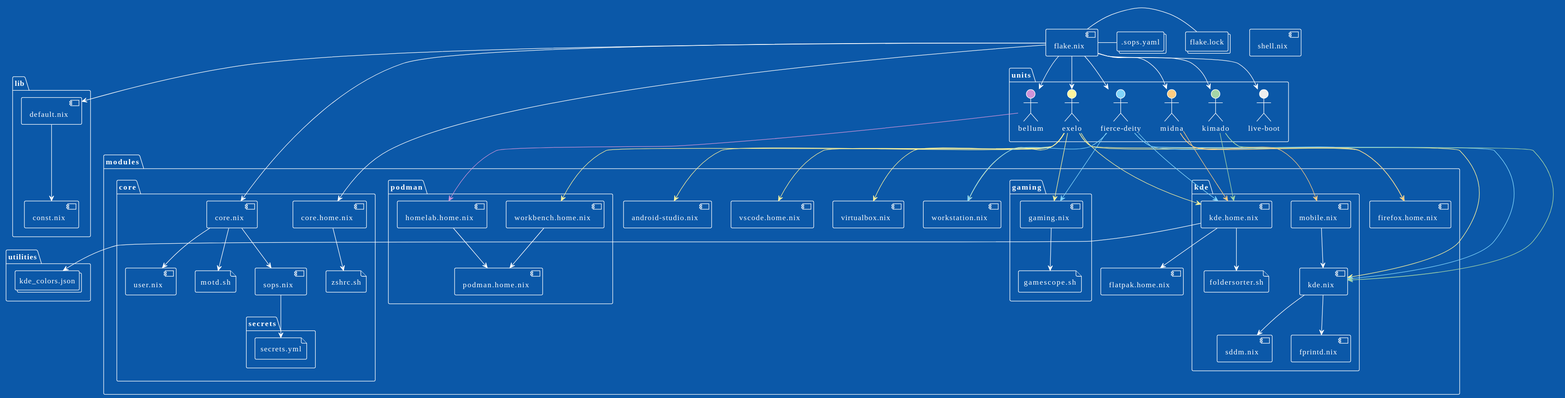
Before: utilities/inventory.svg, a diagram exported from PlantUML (auroreLeclerc/nix-inventory).
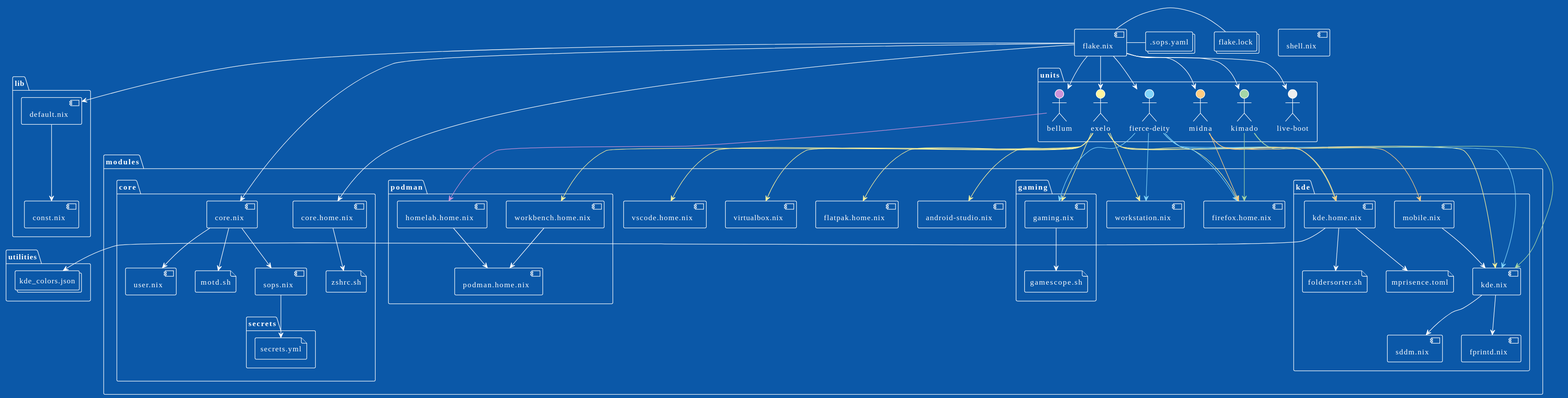
After the commit.

Change to the diagram source:
```diff
@@ -42,6 +42,7 @@
       component "fprintd.nix" as 0fb371a9afb97f3c276f57e82617e12d
       component "sddm.nix" as 5ebad3bd91a08cf55c56e207db927f8e
       component "mobile.nix" as 8d2c80d6e09dc0fe9680025161c2f7f7
+      file "mprisence.toml" as c06534725a754fe4d7ad45cfb2b422e9
       component "kde.nix" as 33998a49668889da1de8827630f29048
       component "kde.home.nix" as 34f24b42df06d195232b3481cc71827b
       file "foldersorter.sh" as ad183a934b3ffac1938f0162d6a8a65b
@@ -62,6 +63,7 @@
 946f41d7a0edfc2e0c01ee5a09a8c817 -[#FFF59D]-> f7eeddc94c5ed65950560d6b5663fd1f
 946f41d7a0edfc2e0c01ee5a09a8c817 -[#FFF59D]-> 34f24b42df06d195232b3481cc71827b
 946f41d7a0edfc2e0c01ee5a09a8c817 -[#FFF59D]-> 26e1d38b688c4a1832d0935e5d29e980
+946f41d7a0edfc2e0c01ee5a09a8c817 -[#FFF59D]-> 6a6caf7642ae4a75b6d8c64ecf6400b9
 946f41d7a0edfc2e0c01ee5a09a8c817 -[#FFF59D]-> 38cffe16d01eb2da09feac707c1aaa76
 946f41d7a0edfc2e0c01ee5a09a8c817 -[#FFF59D]-> d5572bc49194fd8103bc4b027c081b12
 c4bab5bd2a813b4140b129fe0e3fb658 -[#81D4FA]-> 33998a49668889da1de8827630f29048
@@ -95,9 +97,9 @@
 8d2c80d6e09dc0fe9680025161c2f7f7 --> 33998a49668889da1de8827630f29048
 33998a49668889da1de8827630f29048 --> 5ebad3bd91a08cf55c56e207db927f8e
 33998a49668889da1de8827630f29048 --> 0fb371a9afb97f3c276f57e82617e12d
-34f24b42df06d195232b3481cc71827b --> 6a6caf7642ae4a75b6d8c64ecf6400b9
 34f24b42df06d195232b3481cc71827b --> 31b20c96119be911606aa1b692b28ba5
 34f24b42df06d195232b3481cc71827b --> ad183a934b3ffac1938f0162d6a8a65b
+34f24b42df06d195232b3481cc71827b --> c06534725a754fe4d7ad45cfb2b422e9
 0413db864cd167d08bd86e74c14f26a4 --> dcbc3ce626c4baff59d73eac162ff6c2
 d5572bc49194fd8103bc4b027c081b12 --> dcbc3ce626c4baff59d73eac162ff6c2
 3cfc5eb99249add5b61f5348132a1e77 - acf05e6b4d5a2b6e0e87b24127cf384a
```
